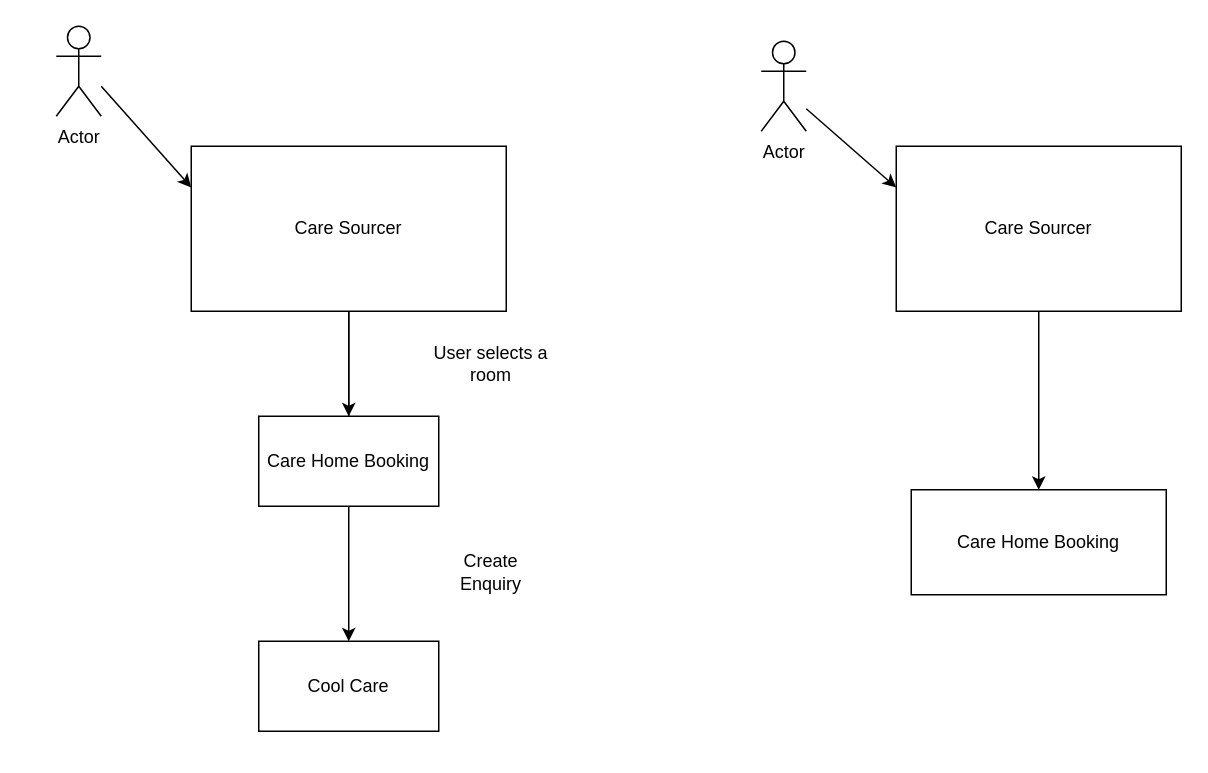
Earlier version of the draw.io diagram CMSCareHomeIntegration.drawio (mattwatts36/drawings). Source tidied: cells renumbered, new cells numbered last; positions are measured from the earlier drawing's top-left corner, leaving out a move shared by most shapes. Both pictures are drawn from the tidied source at 150%, with x=0, y=0 at pixel (56, 26).
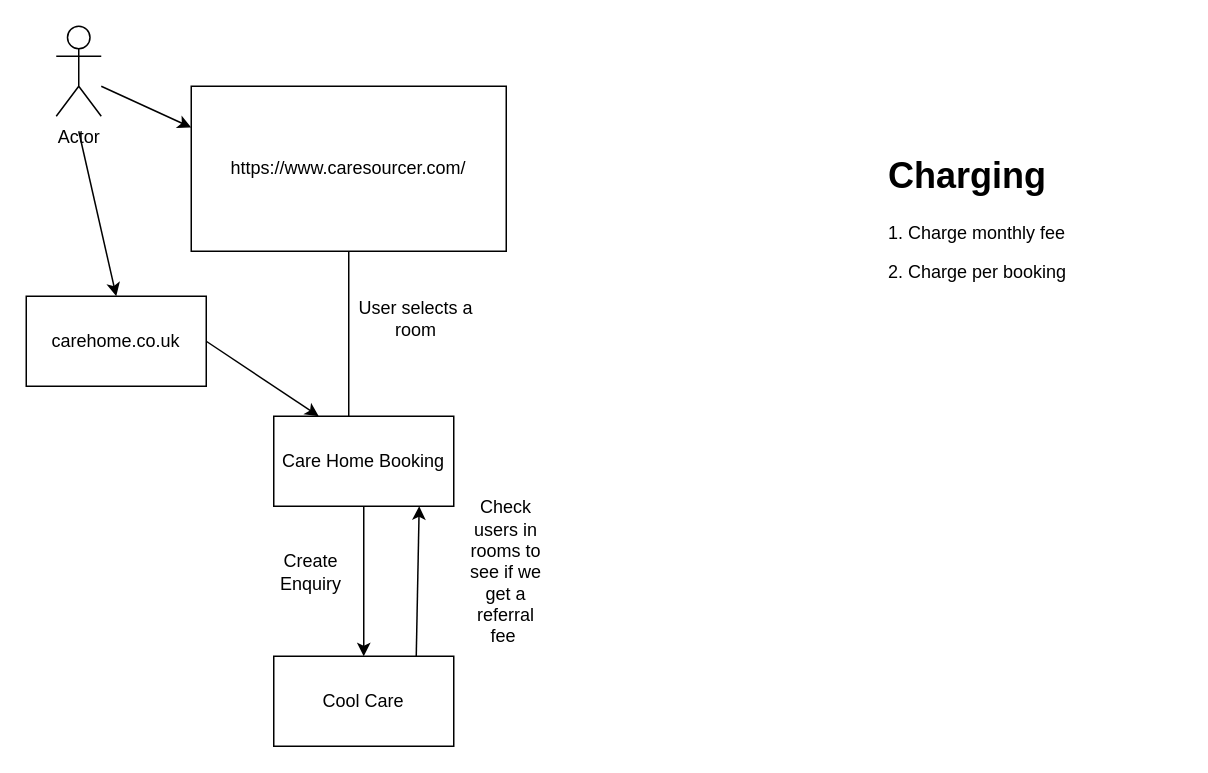
The same diagram, later.

Commit message:
Added brochure sites

The edit, as a diff of the source:
```diff
@@
-    <mxCell id="2" style="edgeStyle=orthogonalEdgeStyle;rounded=0;jettySize=auto;html=1;" parent="1" edge="1" source="4" target="6">
-      <mxGeometry relative="1" as="geometry" />
-    </mxCell>
@@
-    <mxCell id="4" value="Care Sourcer" style="rounded=0;whiteSpace=wrap;html=1;" parent="1" vertex="1">
-      <mxGeometry x="90" y="80" width="210" height="110" as="geometry" />
+    <mxCell id="4" value="https://www.caresourcer.com/" style="rounded=0;whiteSpace=wrap;html=1;" parent="1" vertex="1">
+      <mxGeometry x="90" y="40" width="210" height="110" as="geometry" />
     </mxCell>
@@
     <mxCell id="6" value="Care Home Booking" style="rounded=0;whiteSpace=wrap;html=1;" parent="1" vertex="1">
-      <mxGeometry x="135" y="260" width="120" height="60" as="geometry" />
+      <mxGeometry x="145" y="260" width="120" height="60" as="geometry" />
     </mxCell>
     <mxCell id="7" value="Cool Care" style="rounded=0;whiteSpace=wrap;html=1;" parent="1" vertex="1">
-      <mxGeometry x="135" y="410" width="120" height="60" as="geometry" />
+      <mxGeometry x="145" y="420" width="120" height="60" as="geometry" />
     </mxCell>
@@
     <mxCell id="10" value="User selects a room" style="text;html=1;strokeColor=none;fillColor=none;align=center;verticalAlign=middle;whiteSpace=wrap;rounded=0;" parent="1" vertex="1">
-      <mxGeometry x="240" y="210" width="100" height="30" as="geometry" />
+      <mxGeometry x="190" y="180" width="100" height="30" as="geometry" />
     </mxCell>
     <mxCell id="11" value="Create Enquiry" style="text;html=1;strokeColor=none;fillColor=none;align=center;verticalAlign=middle;whiteSpace=wrap;rounded=0;" parent="1" vertex="1">
-      <mxGeometry x="260" y="349" width="60" height="30" as="geometry" />
+      <mxGeometry x="140" y="349" width="60" height="30" as="geometry" />
     </mxCell>
-    <mxCell id="12" style="edgeStyle=orthogonalEdgeStyle;rounded=0;jettySize=auto;html=1;" parent="1" edge="1" source="13" target="14">
-      <mxGeometry relative="1" as="geometry" />
-    </mxCell>
-    <mxCell id="13" value="Care Sourcer" style="rounded=0;whiteSpace=wrap;html=1;" parent="1" vertex="1">
-      <mxGeometry x="560" y="80" width="190" height="110" as="geometry" />
-    </mxCell>
-    <mxCell id="14" value="Care Home Booking" style="rounded=0;whiteSpace=wrap;html=1;" parent="1" vertex="1">
-      <mxGeometry x="570" y="309" width="170" height="70" as="geometry" />
-    </mxCell>
-    <mxCell id="15" value="Actor" style="shape=umlActor;verticalLabelPosition=bottom;verticalAlign=top;html=1;" parent="1" vertex="1">
-      <mxGeometry x="470" y="10" width="30" height="60" as="geometry" />
-    </mxCell>
-    <mxCell id="16" style="endArrow=classic;html=1;rounded=0;entryX=0;entryY=0.25;entryDx=0;entryDy=0;" parent="1" edge="1" target="13">
-      <mxGeometry relative="1" as="geometry">
-        <mxPoint x="500" y="55" as="sourcePoint" />
-      </mxGeometry>
-    </mxCell>
+    <mxCell id="17" style="endArrow=classic;html=1;rounded=0;entryX=0.808;entryY=1;entryDx=0;entryDy=0;entryPerimeter=0;" parent="1" edge="1" target="6">
+      <mxGeometry relative="1" as="geometry">
+        <mxPoint x="240" y="420" as="sourcePoint" />
+      </mxGeometry>
+    </mxCell>
+    <mxCell id="18" value="Check users in rooms to see if we get a referral fee&amp;nbsp;" style="text;html=1;strokeColor=none;fillColor=none;align=center;verticalAlign=middle;whiteSpace=wrap;rounded=0;" parent="1" vertex="1">
+      <mxGeometry x="270" y="349" width="60" height="30" as="geometry" />
+    </mxCell>
+    <mxCell id="19" value="&lt;h1&gt;Charging&lt;/h1&gt;&lt;p&gt;1. Charge monthly fee&lt;/p&gt;&lt;p&gt;2. Charge per booking&amp;nbsp;&lt;/p&gt;" style="text;html=1;strokeColor=none;fillColor=none;spacing=5;spacingTop=-20;whiteSpace=wrap;overflow=hidden;rounded=0;" parent="1" vertex="1">
+      <mxGeometry x="550" y="80" width="190" height="120" as="geometry" />
+    </mxCell>
+    <mxCell id="20" value="carehome.co.uk" style="rounded=0;whiteSpace=wrap;html=1;" parent="1" vertex="1">
+      <mxGeometry x="-20" y="180" width="120" height="60" as="geometry" />
+    </mxCell>
+    <mxCell id="21" style="endArrow=classic;html=1;rounded=0;entryX=0.25;entryY=0;entryDx=0;entryDy=0;" parent="1" edge="1" target="6">
+      <mxGeometry relative="1" as="geometry">
+        <mxPoint x="100" y="210" as="sourcePoint" />
+      </mxGeometry>
+    </mxCell>
+    <mxCell id="22" style="endArrow=classic;html=1;rounded=0;entryX=0.5;entryY=0;entryDx=0;entryDy=0;" parent="1" edge="1" target="20">
+      <mxGeometry relative="1" as="geometry">
+        <mxPoint x="15" y="70" as="sourcePoint" />
+      </mxGeometry>
+    </mxCell>
```
